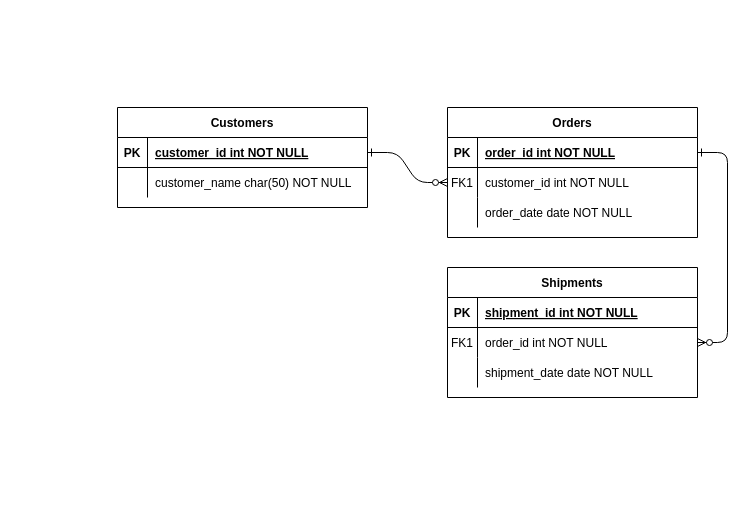
This is Diagrama sin título.drawio from SamYuyita/Un-vino-ahora-gps, a draw.io file, before an edit. Source tidied: cells renumbered, new cells numbered last; positions are measured from the earlier drawing's top-left corner, leaving out a move shared by most shapes. Both pictures are drawn from the tidied source at 100%, with x=0, y=0 at pixel (117, 107).
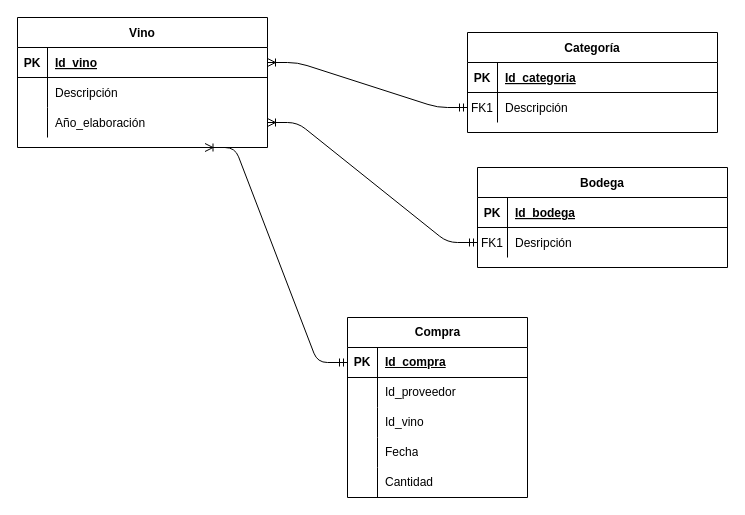
The same page after the edit.

Commit message:
Un vino mas

The change refers to these unchanged cells:
```xml
<mxCell id="5" style="shape=partialRectangle;fillColor=none;points=[[0,0.5],[1,0.5]];portConstraint=eastwest;top=0;left=0;right=0;bottom=1;" parent="4" vertex="1">
  <mxGeometry y="30" width="250" height="30" as="geometry" />
</mxCell>
<mxCell id="8" style="shape=partialRectangle;fillColor=none;points=[[0,0.5],[1,0.5]];portConstraint=eastwest;top=0;left=0;right=0;bottom=0;" parent="4" vertex="1">
  <mxGeometry y="60" width="250" height="30" as="geometry" />
</mxCell>
<mxCell id="15" style="shape=partialRectangle;fillColor=none;top=0;left=0;right=0;bottom=1;" parent="14" vertex="1">
  <mxGeometry y="30" width="250" height="30" as="geometry" />
</mxCell>
<mxCell id="18" style="shape=partialRectangle;fillColor=none;points=[[0,0.5],[1,0.5]];portConstraint=eastwest;top=0;left=0;right=0;bottom=0;" parent="14" vertex="1">
  <mxGeometry y="60" width="250" height="30" as="geometry" />
</mxCell>
<mxCell id="25" style="shape=partialRectangle;fillColor=none;points=[[0,0.5],[1,0.5]];portConstraint=eastwest;top=0;left=0;right=0;bottom=1;" parent="24" vertex="1">
  <mxGeometry y="30" width="250" height="30" as="geometry" />
</mxCell>
<mxCell id="28" style="shape=partialRectangle;fillColor=none;top=0;left=0;right=0;bottom=0;" parent="24" vertex="1">
  <mxGeometry y="60" width="250" height="30" as="geometry" />
</mxCell>
```

Diff of the diagram source:
```diff
@@
-    <mxCell id="2" style="edgeStyle=entityRelationEdgeStyle;endArrow=ERzeroToMany;startArrow=ERone;endFill=1;startFill=0;" parent="1" edge="1" source="25" target="8">
+    <mxCell id="2" style="edgeStyle=entityRelationEdgeStyle;endArrow=ERmandOne;startArrow=ERoneToMany;endFill=0;startFill=0;" parent="1" edge="1" source="25" target="8">
       <mxGeometry relative="1" as="geometry" />
     </mxCell>
-    <mxCell id="3" style="edgeStyle=entityRelationEdgeStyle;endArrow=ERzeroToMany;startArrow=ERone;endFill=1;startFill=0;" parent="1" edge="1" source="5" target="18">
-      <mxGeometry relative="1" as="geometry" />
+    <mxCell id="3" style="edgeStyle=entityRelationEdgeStyle;endArrow=ERmandOne;startArrow=ERoneToMany;endFill=0;startFill=0;exitX=1;exitY=0.5;exitDx=0;exitDy=0;" parent="1" edge="1" source="31" target="18">
+      <mxGeometry relative="1" as="geometry">
+        <Array as="points">
+          <mxPoint x="270" y="100" />
+        </Array>
+      </mxGeometry>
     </mxCell>
-    <mxCell id="4" value="Orders" style="shape=table;startSize=30;childLayout=tableLayout;rowLines=0;fontStyle=1;align=center;" parent="1" vertex="1">
-      <mxGeometry x="330" width="250" height="130" as="geometry" />
+    <mxCell id="4" value="Categoría" style="shape=table;startSize=30;childLayout=tableLayout;rowLines=0;fontStyle=1;align=center;" parent="1" vertex="1">
+      <mxGeometry x="350" y="-75" width="250" height="100" as="geometry" />
     </mxCell>
@@
-    <mxCell id="7" value="order_id int NOT NULL " style="shape=partialRectangle;overflow=hidden;fillColor=none;top=0;left=0;bottom=0;right=0;align=left;spacingLeft=6;fontStyle=5;" parent="5" vertex="1">
+    <mxCell id="7" value="Id_categoria" style="shape=partialRectangle;overflow=hidden;fillColor=none;top=0;left=0;bottom=0;right=0;align=left;spacingLeft=6;fontStyle=5;" parent="5" vertex="1">
       <mxGeometry x="30" width="220" height="30" as="geometry" />
     </mxCell>
@@
-    <mxCell id="10" value="customer_id int NOT NULL" style="shape=partialRectangle;overflow=hidden;fillColor=none;top=0;left=0;bottom=0;right=0;align=left;spacingLeft=6;" parent="8" vertex="1">
+    <mxCell id="10" value="Descripción" style="shape=partialRectangle;overflow=hidden;fillColor=none;top=0;left=0;bottom=0;right=0;align=left;spacingLeft=6;" parent="8" vertex="1">
       <mxGeometry x="30" width="220" height="30" as="geometry" />
     </mxCell>
-    <mxCell id="11" style="shape=partialRectangle;fillColor=none;top=0;left=0;right=0;bottom=0;" parent="4" vertex="1">
-      <mxGeometry y="90" width="250" height="30" as="geometry" />
-    </mxCell>
-    <mxCell id="12" style="shape=partialRectangle;overflow=hidden;fillColor=none;top=0;left=0;bottom=0;right=0;" parent="11" vertex="1">
-      <mxGeometry width="30" height="30" as="geometry" />
-    </mxCell>
-    <mxCell id="13" value="order_date date NOT NULL" style="shape=partialRectangle;overflow=hidden;fillColor=none;top=0;left=0;bottom=0;right=0;align=left;spacingLeft=6;" parent="11" vertex="1">
-      <mxGeometry x="30" width="220" height="30" as="geometry" />
-    </mxCell>
-    <mxCell id="14" value="Shipments" style="shape=table;startSize=30;childLayout=tableLayout;rowLines=0;fontStyle=1;align=center;" parent="1" vertex="1">
-      <mxGeometry x="330" y="160" width="250" height="130" as="geometry" />
+    <mxCell id="14" value="Bodega" style="shape=table;startSize=30;childLayout=tableLayout;rowLines=0;fontStyle=1;align=center;" parent="1" vertex="1">
+      <mxGeometry x="360" y="60" width="250" height="100" as="geometry" />
     </mxCell>
@@
-    <mxCell id="17" value="shipment_id int NOT NULL " style="shape=partialRectangle;overflow=hidden;fillColor=none;top=0;left=0;bottom=0;right=0;align=left;spacingLeft=6;fontStyle=5;" parent="15" vertex="1">
+    <mxCell id="17" value="Id_bodega" style="shape=partialRectangle;overflow=hidden;fillColor=none;top=0;left=0;bottom=0;right=0;align=left;spacingLeft=6;fontStyle=5;" parent="15" vertex="1">
       <mxGeometry x="30" width="220" height="30" as="geometry" />
     </mxCell>
@@
-    <mxCell id="20" value="order_id int NOT NULL" style="shape=partialRectangle;overflow=hidden;fillColor=none;top=0;left=0;bottom=0;right=0;align=left;spacingLeft=6;" parent="18" vertex="1">
+    <mxCell id="20" value="Desripción" style="shape=partialRectangle;overflow=hidden;fillColor=none;top=0;left=0;bottom=0;right=0;align=left;spacingLeft=6;" parent="18" vertex="1">
       <mxGeometry x="30" width="220" height="30" as="geometry" />
     </mxCell>
-    <mxCell id="21" style="shape=partialRectangle;fillColor=none;top=0;left=0;right=0;bottom=0;" parent="14" vertex="1">
-      <mxGeometry y="90" width="250" height="30" as="geometry" />
-    </mxCell>
-    <mxCell id="22" style="shape=partialRectangle;overflow=hidden;fillColor=none;top=0;left=0;bottom=0;right=0;" parent="21" vertex="1">
-      <mxGeometry width="30" height="30" as="geometry" />
-    </mxCell>
-    <mxCell id="23" value="shipment_date date NOT NULL" style="shape=partialRectangle;overflow=hidden;fillColor=none;top=0;left=0;bottom=0;right=0;align=left;spacingLeft=6;" parent="21" vertex="1">
-      <mxGeometry x="30" width="220" height="30" as="geometry" />
-    </mxCell>
-    <mxCell id="24" value="Customers" style="shape=table;startSize=30;childLayout=tableLayout;rowLines=0;fontStyle=1;align=center;" parent="1" vertex="1">
-      <mxGeometry width="250" height="100" as="geometry" />
+    <mxCell id="24" value="Vino" style="shape=table;startSize=30;childLayout=tableLayout;rowLines=0;fontStyle=1;align=center;" parent="1" vertex="1">
+      <mxGeometry x="-100" y="-90" width="250" height="130" as="geometry" />
     </mxCell>
@@
-    <mxCell id="27" value="customer_id int NOT NULL " style="shape=partialRectangle;overflow=hidden;fillColor=none;top=0;left=0;bottom=0;right=0;align=left;spacingLeft=6;fontStyle=5;" parent="25" vertex="1">
+    <mxCell id="27" value="Id_vino" style="shape=partialRectangle;overflow=hidden;fillColor=none;top=0;left=0;bottom=0;right=0;align=left;spacingLeft=6;fontStyle=5;" parent="25" vertex="1">
       <mxGeometry x="30" width="220" height="30" as="geometry" />
     </mxCell>
@@
-    <mxCell id="30" value="customer_name char(50) NOT NULL" style="shape=partialRectangle;overflow=hidden;fillColor=none;top=0;left=0;bottom=0;right=0;align=left;spacingLeft=6;" parent="28" vertex="1">
+    <mxCell id="30" value="Descripción" style="shape=partialRectangle;overflow=hidden;fillColor=none;top=0;left=0;bottom=0;right=0;align=left;spacingLeft=6;" parent="28" vertex="1">
       <mxGeometry x="30" width="220" height="30" as="geometry" />
     </mxCell>
+    <mxCell id="31" style="shape=partialRectangle;fillColor=none;points=[[0,0.5],[1,0.5]];portConstraint=eastwest;top=0;left=0;right=0;bottom=0;" parent="24" vertex="1">
+      <mxGeometry y="90" width="250" height="30" as="geometry" />
+    </mxCell>
+    <mxCell id="32" style="shape=partialRectangle;overflow=hidden;fillColor=none;top=0;left=0;bottom=0;right=0;" parent="31" vertex="1">
+      <mxGeometry width="30" height="30" as="geometry" />
+    </mxCell>
+    <mxCell id="33" value="Año_elaboración" style="shape=partialRectangle;overflow=hidden;fillColor=none;top=0;left=0;bottom=0;right=0;align=left;spacingLeft=6;" parent="31" vertex="1">
+      <mxGeometry x="30" width="220" height="30" as="geometry" />
+    </mxCell>
+    <mxCell id="34" value="Compra" style="shape=table;startSize=30;childLayout=tableLayout;rowLines=0;fontStyle=1;align=center;html=1;" parent="1" vertex="1">
+      <mxGeometry x="230" y="210" width="180" height="180" as="geometry" />
+    </mxCell>
+    <mxCell id="35" style="shape=tableRow;horizontal=0;startSize=0;swimlaneHead=0;swimlaneBody=0;fillColor=none;points=[[0,0.5],[1,0.5]];portConstraint=eastwest;top=0;left=0;right=0;bottom=1;" parent="34" vertex="1">
+      <mxGeometry y="30" width="180" height="30" as="geometry" />
+    </mxCell>
+    <mxCell id="36" value="PK" style="shape=partialRectangle;fillColor=none;top=0;left=0;bottom=0;right=0;fontStyle=1;overflow=hidden;whiteSpace=wrap;html=1;" parent="35" vertex="1">
+      <mxGeometry width="30" height="30" as="geometry" />
+    </mxCell>
+    <mxCell id="37" value="Id_compra" style="shape=partialRectangle;fillColor=none;top=0;left=0;bottom=0;right=0;align=left;spacingLeft=6;fontStyle=5;overflow=hidden;whiteSpace=wrap;html=1;" parent="35" vertex="1">
+      <mxGeometry x="30" width="150" height="30" as="geometry" />
+    </mxCell>
+    <mxCell id="38" style="shape=tableRow;horizontal=0;startSize=0;swimlaneHead=0;swimlaneBody=0;fillColor=none;top=0;left=0;right=0;bottom=0;" parent="34" vertex="1">
+      <mxGeometry y="60" width="180" height="30" as="geometry" />
+    </mxCell>
+    <mxCell id="39" style="shape=partialRectangle;fillColor=none;top=0;left=0;bottom=0;right=0;overflow=hidden;whiteSpace=wrap;html=1;" parent="38" vertex="1">
+      <mxGeometry width="30" height="30" as="geometry" />
+    </mxCell>
+    <mxCell id="40" value="Id_proveedor" style="shape=partialRectangle;fillColor=none;top=0;left=0;bottom=0;right=0;align=left;spacingLeft=6;overflow=hidden;whiteSpace=wrap;html=1;" parent="38" vertex="1">
+      <mxGeometry x="30" width="150" height="30" as="geometry" />
+    </mxCell>
+    <mxCell id="41" style="shape=tableRow;horizontal=0;startSize=0;swimlaneHead=0;swimlaneBody=0;fillColor=none;top=0;left=0;right=0;bottom=0;" parent="34" vertex="1">
+      <mxGeometry y="90" width="180" height="30" as="geometry" />
+    </mxCell>
+    <mxCell id="42" style="shape=partialRectangle;fillColor=none;top=0;left=0;bottom=0;right=0;overflow=hidden;whiteSpace=wrap;html=1;" parent="41" vertex="1">
+      <mxGeometry width="30" height="30" as="geometry" />
+    </mxCell>
+    <mxCell id="43" value="Id_vino" style="shape=partialRectangle;fillColor=none;top=0;left=0;bottom=0;right=0;align=left;spacingLeft=6;overflow=hidden;whiteSpace=wrap;html=1;" parent="41" vertex="1">
+      <mxGeometry x="30" width="150" height="30" as="geometry" />
+    </mxCell>
+    <mxCell id="44" style="shape=tableRow;horizontal=0;startSize=0;swimlaneHead=0;swimlaneBody=0;fillColor=none;top=0;left=0;right=0;bottom=0;" parent="34" vertex="1">
+      <mxGeometry y="120" width="180" height="30" as="geometry" />
+    </mxCell>
+    <mxCell id="45" style="shape=partialRectangle;fillColor=none;top=0;left=0;bottom=0;right=0;overflow=hidden;whiteSpace=wrap;html=1;" parent="44" vertex="1">
+      <mxGeometry width="30" height="30" as="geometry" />
+    </mxCell>
+    <mxCell id="46" value="Fecha" style="shape=partialRectangle;fillColor=none;top=0;left=0;bottom=0;right=0;align=left;spacingLeft=6;overflow=hidden;whiteSpace=wrap;html=1;" parent="44" vertex="1">
+      <mxGeometry x="30" width="150" height="30" as="geometry" />
+    </mxCell>
+    <mxCell id="47" style="shape=tableRow;horizontal=0;startSize=0;swimlaneHead=0;swimlaneBody=0;fillColor=none;top=0;left=0;right=0;bottom=0;" parent="34" vertex="1">
+      <mxGeometry y="150" width="180" height="30" as="geometry" />
+    </mxCell>
+    <mxCell id="48" style="shape=partialRectangle;fillColor=none;top=0;left=0;bottom=0;right=0;overflow=hidden;whiteSpace=wrap;html=1;" parent="47" vertex="1">
+      <mxGeometry width="30" height="30" as="geometry" />
+    </mxCell>
+    <mxCell id="49" value="Cantidad" style="shape=partialRectangle;fillColor=none;top=0;left=0;bottom=0;right=0;align=left;spacingLeft=6;overflow=hidden;whiteSpace=wrap;html=1;" parent="47" vertex="1">
+      <mxGeometry x="30" width="150" height="30" as="geometry" />
+    </mxCell>
+    <mxCell id="50" style="edgeStyle=entityRelationEdgeStyle;endArrow=ERmandOne;startArrow=ERoneToMany;endFill=0;startFill=0;exitX=0.75;exitY=1;exitDx=0;exitDy=0;entryX=0;entryY=0.5;entryDx=0;entryDy=0;" parent="1" edge="1" source="24" target="35">
+      <mxGeometry relative="1" as="geometry">
+        <Array as="points">
+          <mxPoint x="280" y="110" />
+          <mxPoint x="250" y="190" />
+        </Array>
+      </mxGeometry>
+    </mxCell>
```
